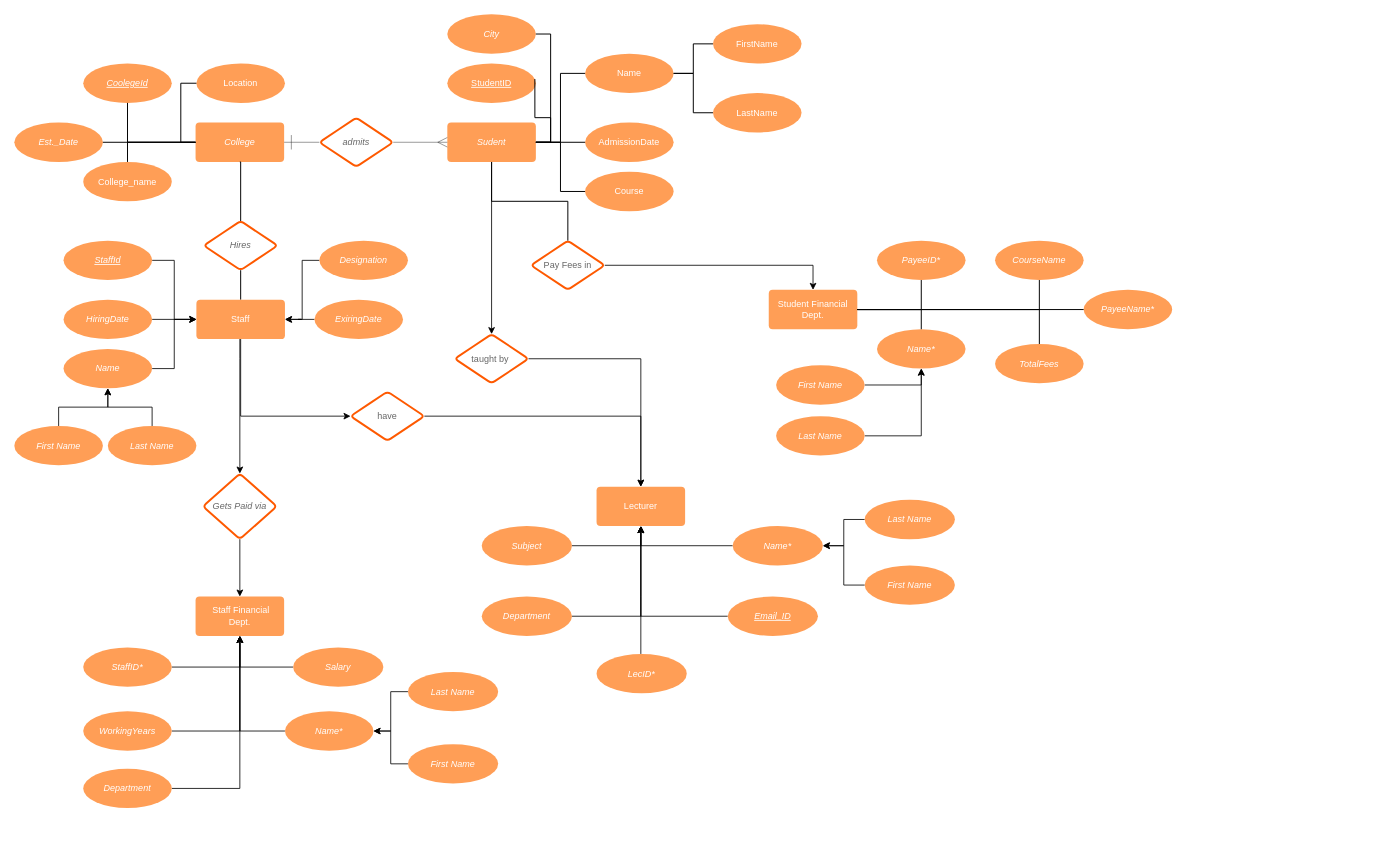
Earlier version of the draw.io diagram Untitled Diagram.drawio (nikgrover/DBMS). Source tidied: cells renumbered, new cells numbered last; positions are measured from the earlier drawing's top-left corner, leaving out a move shared by most shapes. Both pictures are drawn from the tidied source at 82%, with x=0, y=0 at pixel (14, 14).
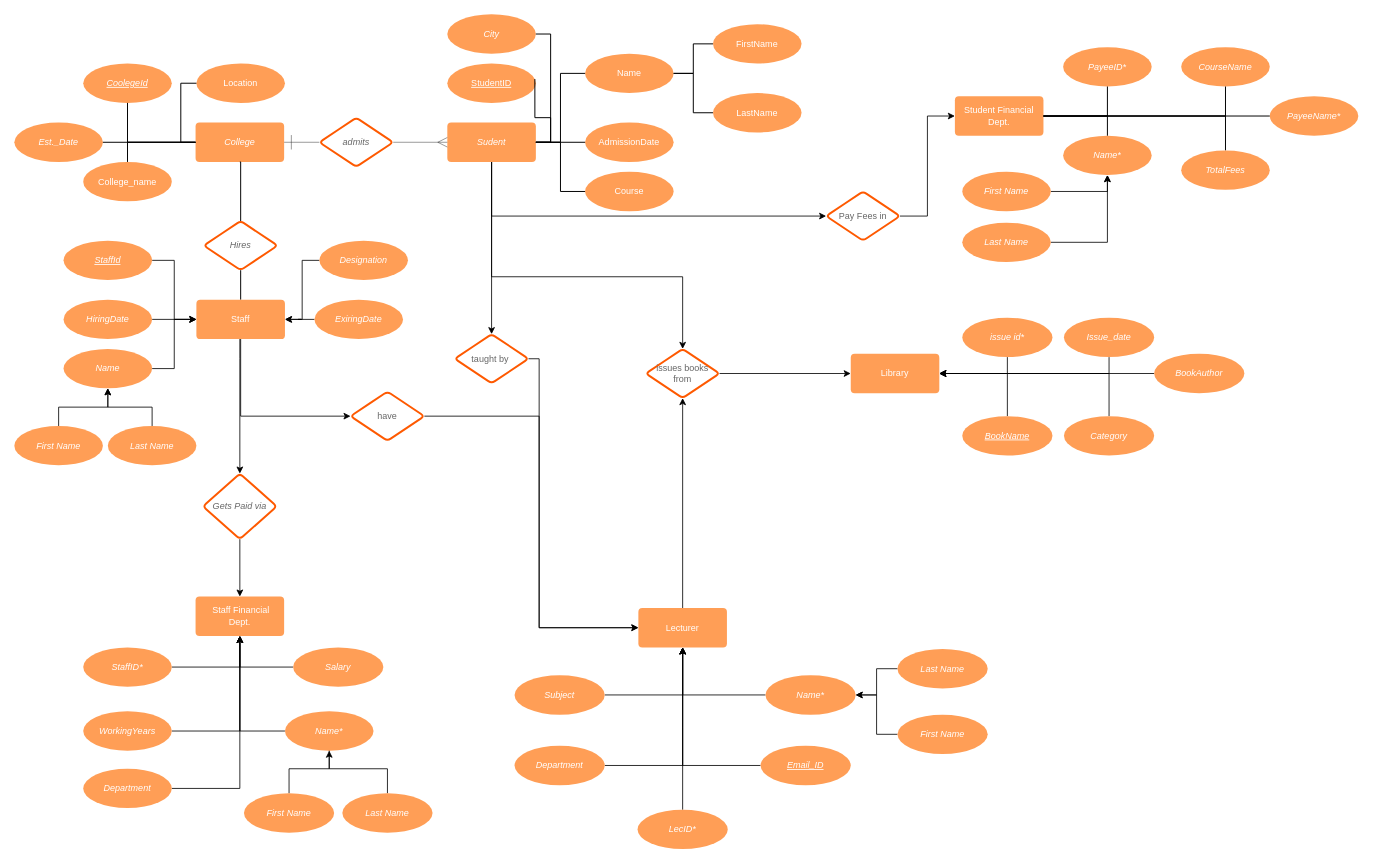
The same page after the edit.

The change refers to these unchanged cells:
```xml
<mxCell id="7" value="Sudent" style="html=1;whiteSpace=wrap;fontSize=11;fontColor=#ffffff;fontStyle=2;spacing=5;strokeOpacity=0;fillOpacity=100;rounded=1;absoluteArcSize=1;arcSize=9.6;fillColor=#ff9e56;strokeWidth=1.2;" parent="1" vertex="1">
  <mxGeometry x="528" y="132" width="108" height="48" as="geometry" />
</mxCell>
<mxCell id="69" value="Name*" style="html=1;whiteSpace=wrap;ellipse;fontSize=11;fontColor=#ffffff;fontStyle=2;spacing=5;strokeOpacity=0;fillOpacity=100;rounded=1;absoluteArcSize=1;arcSize=9.6;fillColor=#ff9e56;strokeWidth=1.2;" parent="1" vertex="1">
  <mxGeometry x="330" y="850" width="108" height="48" as="geometry" />
</mxCell>
<mxCell id="85" value="taught by&amp;nbsp;" style="html=1;whiteSpace=wrap;rhombus;fontSize=11;fontColor=#666666;spacing=5;strokeColor=#fe5900;strokeOpacity=100;rounded=1;absoluteArcSize=1;arcSize=9.6;strokeWidth=2.4;" parent="1" vertex="1">
  <mxGeometry x="537" y="390" width="90" height="60" as="geometry" />
</mxCell>
<mxCell id="87" value="have" style="html=1;whiteSpace=wrap;rhombus;fontSize=11;fontColor=#666666;spacing=5;strokeColor=#fe5900;strokeOpacity=100;rounded=1;absoluteArcSize=1;arcSize=9.6;strokeWidth=2.4;" parent="1" vertex="1">
  <mxGeometry x="410" y="460" width="90" height="60" as="geometry" />
</mxCell>
```

What changed in the source:
```diff
@@
+    <mxCell id="34" style="edgeStyle=orthogonalEdgeStyle;rounded=0;jettySize=auto;html=1;entryX=0;entryY=0.5;entryDx=0;entryDy=0;" parent="1" edge="1" source="7" target="9">
+      <mxGeometry relative="1" as="geometry">
+        <Array as="points">
+          <mxPoint x="582" y="246" />
+        </Array>
+      </mxGeometry>
+    </mxCell>
+    <mxCell id="104" style="edgeStyle=orthogonalEdgeStyle;rounded=0;jettySize=auto;html=1;" parent="1" edge="1" source="7" target="107">
+      <mxGeometry relative="1" as="geometry">
+        <Array as="points">
+          <mxPoint x="582" y="320" />
+          <mxPoint x="815" y="320" />
+        </Array>
+      </mxGeometry>
+    </mxCell>
@@
-    <mxCell id="8" style="edgeStyle=orthogonalEdgeStyle;rounded=0;jettySize=auto;html=1;entryX=0.5;entryY=0;entryDx=0;entryDy=0;" parent="1" edge="1" source="9" target="12">
+    <mxCell id="8" style="edgeStyle=orthogonalEdgeStyle;rounded=0;jettySize=auto;html=1;entryX=0;entryY=0.5;entryDx=0;entryDy=0;" parent="1" edge="1" source="9" target="12">
       <mxGeometry relative="1" as="geometry" />
     </mxCell>
     <mxCell id="9" value="Pay Fees in" style="html=1;whiteSpace=wrap;rhombus;fontSize=11;fontColor=#666666;spacing=5;strokeColor=#fe5900;strokeOpacity=100;rounded=1;absoluteArcSize=1;arcSize=9.6;strokeWidth=2.4;" parent="1" vertex="1">
-      <mxGeometry x="630" y="276" width="90" height="60" as="geometry" />
+      <mxGeometry x="990" y="216" width="90" height="60" as="geometry" />
     </mxCell>
@@
     <mxCell id="12" value="Student Financial Dept." style="html=1;whiteSpace=wrap;fontSize=11;fontColor=#ffffff;spacing=5;strokeOpacity=0;fillOpacity=100;rounded=1;absoluteArcSize=1;arcSize=9.6;fillColor=#ff9e56;strokeWidth=1.2;" parent="1" vertex="1">
-      <mxGeometry x="920" y="336" width="108" height="48" as="geometry" />
+      <mxGeometry x="1147" y="100" width="108" height="48" as="geometry" />
     </mxCell>
     <mxCell id="13" value="PayeeID*" style="html=1;whiteSpace=wrap;ellipse;fontSize=11;fontColor=#ffffff;fontStyle=2;spacing=5;strokeOpacity=0;fillOpacity=100;rounded=1;absoluteArcSize=1;arcSize=9.6;fillColor=#ff9e56;strokeWidth=1.2;" parent="1" vertex="1">
-      <mxGeometry x="1052" y="276" width="108" height="48" as="geometry" />
+      <mxGeometry x="1279" y="40" width="108" height="48" as="geometry" />
     </mxCell>
@@
     <mxCell id="15" value="PayeeName*" style="html=1;whiteSpace=wrap;ellipse;fontSize=11;fontColor=#ffffff;fontStyle=2;spacing=5;strokeOpacity=0;fillOpacity=100;rounded=1;absoluteArcSize=1;arcSize=9.6;fillColor=#ff9e56;strokeWidth=1.2;" parent="1" vertex="1">
-      <mxGeometry x="1304" y="336" width="108" height="48" as="geometry" />
+      <mxGeometry x="1531" y="100" width="108" height="48" as="geometry" />
     </mxCell>
     <mxCell id="16" value="Name*" style="html=1;whiteSpace=wrap;ellipse;fontSize=11;fontColor=#ffffff;fontStyle=2;spacing=5;strokeOpacity=0;fillOpacity=100;rounded=1;absoluteArcSize=1;arcSize=9.6;fillColor=#ff9e56;strokeWidth=1.2;" parent="1" vertex="1">
-      <mxGeometry x="1052" y="384" width="108" height="48" as="geometry" />
+      <mxGeometry x="1279" y="148" width="108" height="48" as="geometry" />
     </mxCell>
     <mxCell id="17" value="CourseName" style="html=1;whiteSpace=wrap;ellipse;fontSize=11;fontColor=#ffffff;fontStyle=2;spacing=5;strokeOpacity=0;fillOpacity=100;rounded=1;absoluteArcSize=1;arcSize=9.6;fillColor=#ff9e56;strokeWidth=1.2;" parent="1" vertex="1">
-      <mxGeometry x="1196" y="276" width="108" height="48" as="geometry" />
+      <mxGeometry x="1423" y="40" width="108" height="48" as="geometry" />
     </mxCell>
@@
-    <mxCell id="34" style="html=1;jettySize=18;fontSize=11;strokeWidth=1.2;rounded=1;arcSize=0;edgeStyle=orthogonalEdgeStyle;startArrow=none;endArrow=none;exitX=0.5;exitY=1;exitPerimeter=1;entryX=0.5;entryY=0.00683868595964519;entryPerimeter=1;" parent="1" edge="1" source="7" target="9">
-      <mxGeometry relative="1" as="geometry" />
-    </mxCell>
@@
     <mxCell id="64" style="edgeStyle=orthogonalEdgeStyle;rounded=0;jettySize=auto;html=1;entryX=1;entryY=0.5;entryDx=0;entryDy=0;" parent="1" edge="1" source="65" target="69">
-      <mxGeometry relative="1" as="geometry" />
+      <mxGeometry relative="1" as="geometry">
+        <Array as="points">
+          <mxPoint x="455" y="920" />
+          <mxPoint x="384" y="920" />
+          <mxPoint x="384" y="874" />
+        </Array>
+      </mxGeometry>
     </mxCell>
     <mxCell id="65" value="Last Name" style="html=1;whiteSpace=wrap;ellipse;fontSize=11;fontColor=#ffffff;fontStyle=2;spacing=5;strokeOpacity=0;fillOpacity=100;rounded=1;absoluteArcSize=1;arcSize=9.6;fillColor=#ff9e56;strokeWidth=1.2;" parent="1" vertex="1">
-      <mxGeometry x="480" y="802" width="110" height="48" as="geometry" />
+      <mxGeometry x="400" y="950" width="110" height="48" as="geometry" />
     </mxCell>
@@
     <mxCell id="71" value="First Name" style="html=1;whiteSpace=wrap;ellipse;fontSize=11;fontColor=#ffffff;fontStyle=2;spacing=5;strokeOpacity=0;fillOpacity=100;rounded=1;absoluteArcSize=1;arcSize=9.6;fillColor=#ff9e56;strokeWidth=1.2;" parent="1" vertex="1">
-      <mxGeometry x="929" y="428" width="108" height="48" as="geometry" />
+      <mxGeometry x="1156" y="192" width="108" height="48" as="geometry" />
     </mxCell>
@@
     <mxCell id="73" value="Last Name" style="html=1;whiteSpace=wrap;ellipse;fontSize=11;fontColor=#ffffff;fontStyle=2;spacing=5;strokeOpacity=0;fillOpacity=100;rounded=1;absoluteArcSize=1;arcSize=9.6;fillColor=#ff9e56;strokeWidth=1.2;" parent="1" vertex="1">
-      <mxGeometry x="929" y="490" width="108" height="48" as="geometry" />
+      <mxGeometry x="1156" y="254" width="108" height="48" as="geometry" />
     </mxCell>
@@
-    <mxCell id="80" style="edgeStyle=orthogonalEdgeStyle;rounded=0;jettySize=auto;html=1;entryX=1;entryY=0.5;entryDx=0;entryDy=0;" parent="1" edge="1" source="81" target="69">
-      <mxGeometry relative="1" as="geometry" />
+    <mxCell id="80" style="edgeStyle=orthogonalEdgeStyle;rounded=0;jettySize=auto;html=1;entryX=0.5;entryY=1;entryDx=0;entryDy=0;" parent="1" edge="1" source="81" target="69">
+      <mxGeometry relative="1" as="geometry">
+        <Array as="points">
+          <mxPoint x="335" y="920" />
+          <mxPoint x="384" y="920" />
+        </Array>
+      </mxGeometry>
     </mxCell>
     <mxCell id="81" value="First Name" style="html=1;whiteSpace=wrap;ellipse;fontSize=11;fontColor=#ffffff;fontStyle=2;spacing=5;strokeOpacity=0;fillOpacity=100;rounded=1;absoluteArcSize=1;arcSize=9.6;fillColor=#ff9e56;strokeWidth=1.2;" parent="1" vertex="1">
-      <mxGeometry x="480" y="890" width="110" height="48" as="geometry" />
+      <mxGeometry x="280" y="950" width="110" height="48" as="geometry" />
     </mxCell>
@@
     <mxCell id="84" style="edgeStyle=orthogonalEdgeStyle;rounded=0;jettySize=auto;html=1;" parent="1" edge="1" source="85" target="88">
-      <mxGeometry relative="1" as="geometry" />
+      <mxGeometry relative="1" as="geometry">
+        <Array as="points">
+          <mxPoint x="640" y="420" />
+          <mxPoint x="640" y="748" />
+        </Array>
+      </mxGeometry>
     </mxCell>
@@
-    <mxCell id="86" style="edgeStyle=orthogonalEdgeStyle;rounded=0;jettySize=auto;html=1;entryX=0.5;entryY=0;entryDx=0;entryDy=0;" parent="1" edge="1" source="87" target="88">
-      <mxGeometry relative="1" as="geometry" />
+    <mxCell id="86" style="edgeStyle=orthogonalEdgeStyle;rounded=0;jettySize=auto;html=1;entryX=0;entryY=0.5;entryDx=0;entryDy=0;" parent="1" edge="1" source="87" target="88">
+      <mxGeometry relative="1" as="geometry">
+        <Array as="points">
+          <mxPoint x="640" y="490" />
+          <mxPoint x="640" y="748" />
+        </Array>
+      </mxGeometry>
     </mxCell>
@@
+    <mxCell id="105" style="edgeStyle=orthogonalEdgeStyle;rounded=0;jettySize=auto;html=1;entryX=0.5;entryY=1;entryDx=0;entryDy=0;" parent="1" edge="1" source="88" target="107">
+      <mxGeometry relative="1" as="geometry" />
+    </mxCell>
     <mxCell id="88" value="Lecturer" style="html=1;whiteSpace=wrap;fontSize=11;fontColor=#ffffff;spacing=5;strokeOpacity=0;fillOpacity=100;rounded=1;absoluteArcSize=1;arcSize=9.6;fillColor=#ff9e56;strokeWidth=1.2;" parent="1" vertex="1">
-      <mxGeometry x="710" y="576" width="108" height="48" as="geometry" />
+      <mxGeometry x="761" y="724" width="108" height="48" as="geometry" />
     </mxCell>
@@
     <mxCell id="90" value="Subject" style="html=1;whiteSpace=wrap;ellipse;fontSize=11;fontColor=#ffffff;fontStyle=2;spacing=5;strokeOpacity=0;fillOpacity=100;rounded=1;absoluteArcSize=1;arcSize=9.6;fillColor=#ff9e56;strokeWidth=1.2;" parent="1" vertex="1">
-      <mxGeometry x="570" y="624" width="110" height="48" as="geometry" />
+      <mxGeometry x="610" y="806" width="110" height="48" as="geometry" />
     </mxCell>
@@
     <mxCell id="92" value="Name*" style="html=1;whiteSpace=wrap;ellipse;fontSize=11;fontColor=#ffffff;fontStyle=2;spacing=5;strokeOpacity=0;fillOpacity=100;rounded=1;absoluteArcSize=1;arcSize=9.6;fillColor=#ff9e56;strokeWidth=1.2;" parent="1" vertex="1">
-      <mxGeometry x="876" y="624" width="110" height="48" as="geometry" />
+      <mxGeometry x="916" y="806" width="110" height="48" as="geometry" />
     </mxCell>
@@
     <mxCell id="94" value="Last Name" style="html=1;whiteSpace=wrap;ellipse;fontSize=11;fontColor=#ffffff;fontStyle=2;spacing=5;strokeOpacity=0;fillOpacity=100;rounded=1;absoluteArcSize=1;arcSize=9.6;fillColor=#ff9e56;strokeWidth=1.2;" parent="1" vertex="1">
-      <mxGeometry x="1037" y="592" width="110" height="48" as="geometry" />
+      <mxGeometry x="1077" y="774" width="110" height="48" as="geometry" />
     </mxCell>
@@
     <mxCell id="96" value="Department" style="html=1;whiteSpace=wrap;ellipse;fontSize=11;fontColor=#ffffff;fontStyle=2;spacing=5;strokeOpacity=0;fillOpacity=100;rounded=1;absoluteArcSize=1;arcSize=9.6;fillColor=#ff9e56;strokeWidth=1.2;" parent="1" vertex="1">
-      <mxGeometry x="570" y="710" width="110" height="48" as="geometry" />
+      <mxGeometry x="610" y="892" width="110" height="48" as="geometry" />
     </mxCell>
@@
     <mxCell id="98" value="First Name" style="html=1;whiteSpace=wrap;ellipse;fontSize=11;fontColor=#ffffff;fontStyle=2;spacing=5;strokeOpacity=0;fillOpacity=100;rounded=1;absoluteArcSize=1;arcSize=9.6;fillColor=#ff9e56;strokeWidth=1.2;" parent="1" vertex="1">
-      <mxGeometry x="1037" y="672" width="110" height="48" as="geometry" />
+      <mxGeometry x="1077" y="854" width="110" height="48" as="geometry" />
     </mxCell>
-    <mxCell id="99" style="edgeStyle=orthogonalEdgeStyle;rounded=0;jettySize=auto;html=1;" parent="1" edge="1" source="100" target="88">
+    <mxCell id="99" style="edgeStyle=orthogonalEdgeStyle;rounded=0;jettySize=auto;html=1;entryX=0.5;entryY=1;entryDx=0;entryDy=0;" parent="1" edge="1" source="100" target="88">
       <mxGeometry relative="1" as="geometry">
         <Array as="points">
-          <mxPoint x="764" y="710" />
-          <mxPoint x="764" y="710" />
+          <mxPoint x="815" y="870" />
+          <mxPoint x="815" y="870" />
         </Array>
       </mxGeometry>
     </mxCell>
     <mxCell id="100" value="LecID*" style="html=1;whiteSpace=wrap;ellipse;fontSize=11;fontColor=#ffffff;fontStyle=2;spacing=5;strokeOpacity=0;fillOpacity=100;rounded=1;absoluteArcSize=1;arcSize=9.6;fillColor=#ff9e56;strokeWidth=1.2;" parent="1" vertex="1">
-      <mxGeometry x="710" y="780" width="110" height="48" as="geometry" />
+      <mxGeometry x="760" y="970" width="110" height="48" as="geometry" />
     </mxCell>
-    <mxCell id="101" style="edgeStyle=orthogonalEdgeStyle;rounded=0;jettySize=auto;html=1;" parent="1" edge="1" source="102" target="88">
+    <mxCell id="101" style="edgeStyle=orthogonalEdgeStyle;rounded=0;jettySize=auto;html=1;entryX=0.5;entryY=1;entryDx=0;entryDy=0;" parent="1" edge="1" source="102" target="88">
       <mxGeometry relative="1" as="geometry">
         <Array as="points">
-          <mxPoint x="764" y="734" />
+          <mxPoint x="815" y="916" />
         </Array>
       </mxGeometry>
     </mxCell>
     <mxCell id="102" value="&lt;u&gt;Email_ID&lt;/u&gt;" style="html=1;whiteSpace=wrap;ellipse;fontSize=11;fontColor=#ffffff;fontStyle=2;spacing=5;strokeOpacity=0;fillOpacity=100;rounded=1;absoluteArcSize=1;arcSize=9.6;fillColor=#ff9e56;strokeWidth=1.2;" parent="1" vertex="1">
-      <mxGeometry x="870" y="710" width="110" height="48" as="geometry" />
+      <mxGeometry x="910" y="892" width="110" height="48" as="geometry" />
     </mxCell>
     <mxCell id="103" value="TotalFees" style="html=1;whiteSpace=wrap;ellipse;fontSize=11;fontColor=#ffffff;fontStyle=2;spacing=5;strokeOpacity=0;fillOpacity=100;rounded=1;absoluteArcSize=1;arcSize=9.6;fillColor=#ff9e56;strokeWidth=1.2;" parent="1" vertex="1">
-      <mxGeometry x="1196" y="402" width="108" height="48" as="geometry" />
+      <mxGeometry x="1423" y="166" width="108" height="48" as="geometry" />
     </mxCell>
+    <mxCell id="106" style="edgeStyle=orthogonalEdgeStyle;rounded=0;jettySize=auto;html=1;entryX=0;entryY=0.5;entryDx=0;entryDy=0;" parent="1" edge="1" source="107" target="108">
+      <mxGeometry relative="1" as="geometry" />
+    </mxCell>
+    <mxCell id="107" value="issues books from" style="html=1;whiteSpace=wrap;rhombus;fontSize=11;fontColor=#666666;spacing=5;strokeColor=#fe5900;strokeOpacity=100;rounded=1;absoluteArcSize=1;arcSize=9.6;strokeWidth=2.4;" parent="1" vertex="1">
+      <mxGeometry x="770" y="408" width="90" height="60" as="geometry" />
+    </mxCell>
+    <mxCell id="108" value="Library" style="html=1;whiteSpace=wrap;fontSize=11;fontColor=#ffffff;spacing=5;strokeOpacity=0;fillOpacity=100;rounded=1;absoluteArcSize=1;arcSize=9.6;fillColor=#ff9e56;strokeWidth=1.2;" parent="1" vertex="1">
+      <mxGeometry x="1020" y="414" width="108" height="48" as="geometry" />
+    </mxCell>
+    <mxCell id="109" style="edgeStyle=orthogonalEdgeStyle;rounded=0;jettySize=auto;html=1;entryX=1;entryY=0.5;entryDx=0;entryDy=0;exitX=0.5;exitY=0;exitDx=0;exitDy=0;" parent="1" edge="1" source="110" target="108">
+      <mxGeometry relative="1" as="geometry" />
+    </mxCell>
+    <mxCell id="110" value="&lt;u&gt;BookName&lt;/u&gt;" style="html=1;whiteSpace=wrap;ellipse;fontSize=11;fontColor=#ffffff;fontStyle=2;spacing=5;strokeOpacity=0;fillOpacity=100;rounded=1;absoluteArcSize=1;arcSize=9.6;fillColor=#ff9e56;strokeWidth=1.2;" parent="1" vertex="1">
+      <mxGeometry x="1156" y="490" width="110" height="48" as="geometry" />
+    </mxCell>
+    <mxCell id="111" style="edgeStyle=orthogonalEdgeStyle;rounded=0;jettySize=auto;html=1;entryX=1;entryY=0.5;entryDx=0;entryDy=0;" parent="1" edge="1" source="112" target="108">
+      <mxGeometry relative="1" as="geometry">
+        <Array as="points">
+          <mxPoint x="1211" y="438" />
+        </Array>
+      </mxGeometry>
+    </mxCell>
+    <mxCell id="112" value="issue id*" style="html=1;whiteSpace=wrap;ellipse;fontSize=11;fontColor=#ffffff;fontStyle=2;spacing=5;strokeOpacity=0;fillOpacity=100;rounded=1;absoluteArcSize=1;arcSize=9.6;fillColor=#ff9e56;strokeWidth=1.2;" parent="1" vertex="1">
+      <mxGeometry x="1156" y="370" width="110" height="48" as="geometry" />
+    </mxCell>
+    <mxCell id="113" style="edgeStyle=orthogonalEdgeStyle;rounded=0;jettySize=auto;html=1;" parent="1" edge="1" source="114" target="108">
+      <mxGeometry relative="1" as="geometry" />
+    </mxCell>
+    <mxCell id="114" value="BookAuthor" style="html=1;whiteSpace=wrap;ellipse;fontSize=11;fontColor=#ffffff;fontStyle=2;spacing=5;strokeOpacity=0;fillOpacity=100;rounded=1;absoluteArcSize=1;arcSize=9.6;fillColor=#ff9e56;strokeWidth=1.2;" parent="1" vertex="1">
+      <mxGeometry x="1390" y="414" width="110" height="48" as="geometry" />
+    </mxCell>
+    <mxCell id="115" style="edgeStyle=orthogonalEdgeStyle;rounded=0;jettySize=auto;html=1;entryX=1;entryY=0.5;entryDx=0;entryDy=0;exitX=0.5;exitY=0;exitDx=0;exitDy=0;" parent="1" edge="1" source="116" target="108">
+      <mxGeometry relative="1" as="geometry" />
+    </mxCell>
+    <mxCell id="116" value="Category" style="html=1;whiteSpace=wrap;ellipse;fontSize=11;fontColor=#ffffff;fontStyle=2;spacing=5;strokeOpacity=0;fillOpacity=100;rounded=1;absoluteArcSize=1;arcSize=9.6;fillColor=#ff9e56;strokeWidth=1.2;" parent="1" vertex="1">
+      <mxGeometry x="1280" y="490" width="110" height="48" as="geometry" />
+    </mxCell>
+    <mxCell id="117" style="edgeStyle=orthogonalEdgeStyle;rounded=0;jettySize=auto;html=1;exitX=0.5;exitY=1;exitDx=0;exitDy=0;" parent="1" edge="1" source="118" target="108">
+      <mxGeometry relative="1" as="geometry" />
+    </mxCell>
+    <mxCell id="118" value="Issue_date" style="html=1;whiteSpace=wrap;ellipse;fontSize=11;fontColor=#ffffff;fontStyle=2;spacing=5;strokeOpacity=0;fillOpacity=100;rounded=1;absoluteArcSize=1;arcSize=9.6;fillColor=#ff9e56;strokeWidth=1.2;" parent="1" vertex="1">
+      <mxGeometry x="1280" y="370" width="110" height="48" as="geometry" />
+    </mxCell>
```
